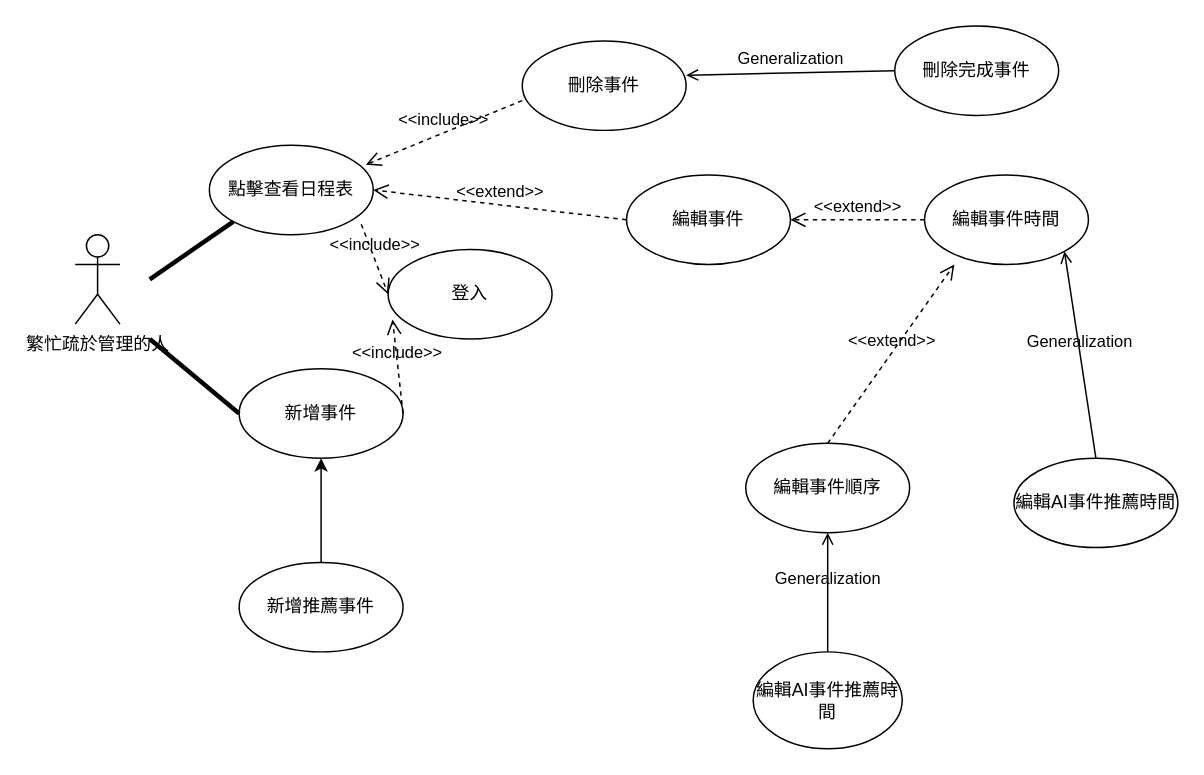
Earlier version of the draw.io diagram 使用者個案圖.drawio (Kevincheng0804/Graduation-Topic). Source tidied: cells renumbered, new cells numbered last; positions are measured from the earlier drawing's top-left corner, leaving out a move shared by most shapes. Both pictures are drawn from the tidied source at 149%, with x=0, y=0 at pixel (74, 25).
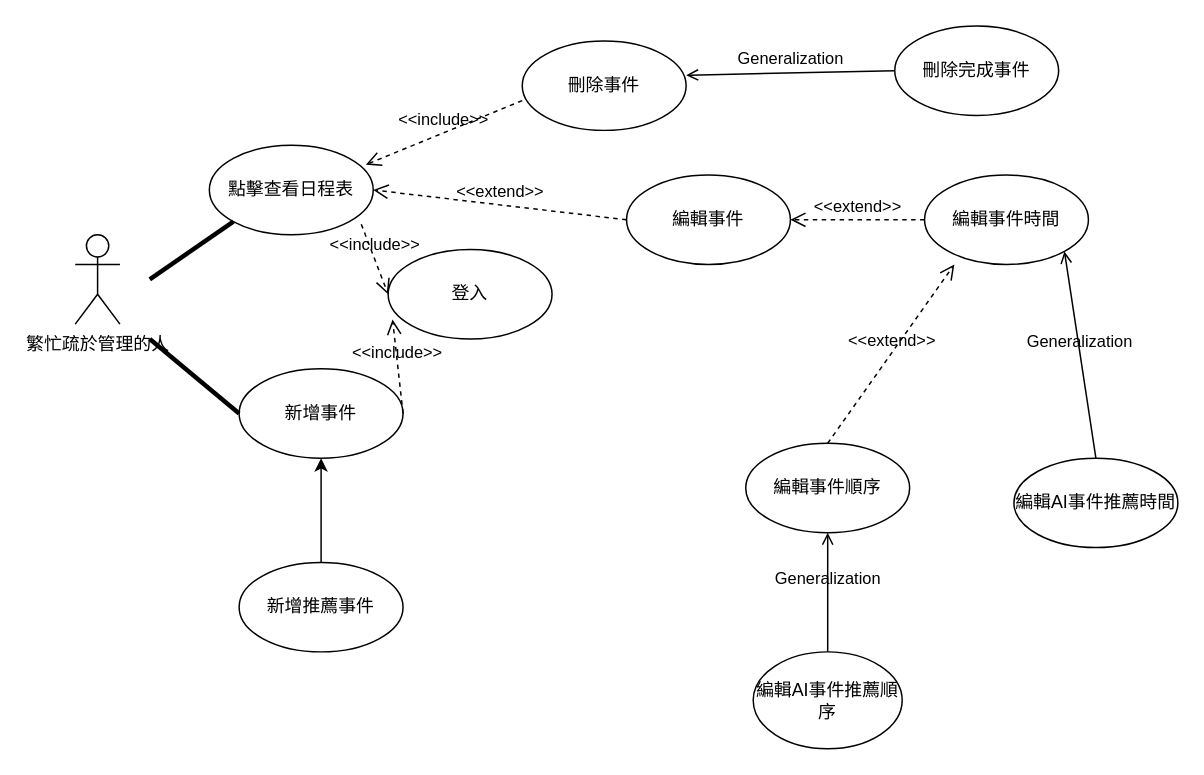
After the change.

Commit message:
編輯AI事件推薦時間改成編輯AI事件推薦順序

What changed in the source:
```diff
@@
-    <mxCell id="25" value="編輯AI事件推薦時間" style="ellipse;html=1;whiteSpace=wrap;" parent="1" vertex="1">
+    <mxCell id="25" value="編輯AI事件推薦順序" style="ellipse;html=1;whiteSpace=wrap;" parent="1" vertex="1">
       <mxGeometry x="455" y="420" width="100" height="65" as="geometry" />
     </mxCell>
```
